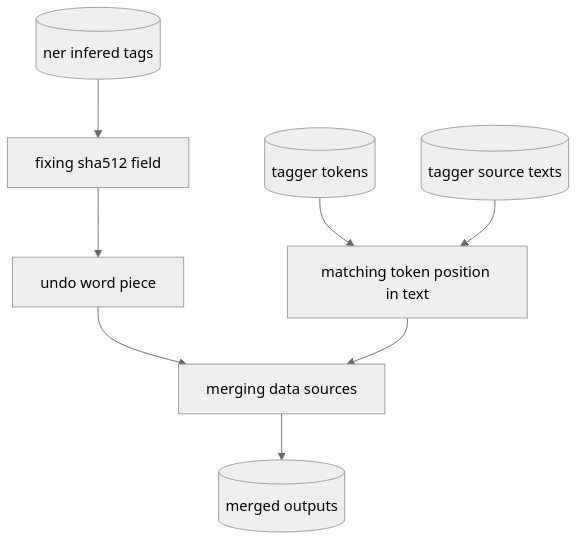
Above: doc/pipeline.png in Deer-Canidae/data-proj (Mermaid), before the change. Its source is kept beside it as doc/pipeline.mmd. Its diagram source:
```mermaid
flowchart TB
  raw_ner[(ner infered tags)]
  sha_fix[fixing sha512 field]
  wp_merge[undo word piece]

  raw_onet_tokens[(tagger tokens)]
  raw_onet_texts[(tagger source texts)]
  position_matcher[matching token position in text]

  src_merger[merging data sources]

  output_data[(merged outputs)]

  raw_ner --> sha_fix
  sha_fix --> wp_merge

  raw_onet_tokens --> position_matcher
  raw_onet_texts --> position_matcher

  wp_merge --> src_merger
  position_matcher --> src_merger

  src_merger --> output_data
```
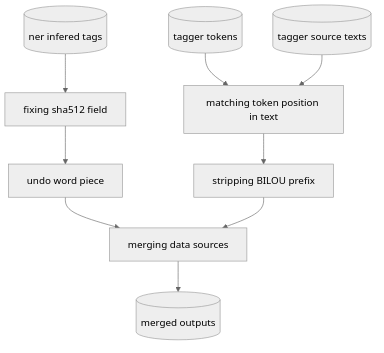
After the change.

Diff of the diagram source:
```diff
@@ -6,6 +6,7 @@
   raw_onet_tokens[(tagger tokens)]
   raw_onet_texts[(tagger source texts)]
   position_matcher[matching token position in text]
+  tag_prefix_strip[stripping BILOU prefix]
 
   src_merger[merging data sources]
 
@@ -18,6 +19,8 @@
   raw_onet_texts --> position_matcher
 
   wp_merge --> src_merger
-  position_matcher --> src_merger
+  position_matcher --> tag_prefix_strip
+
+  tag_prefix_strip --> src_merger
 
   src_merger --> output_data
```
